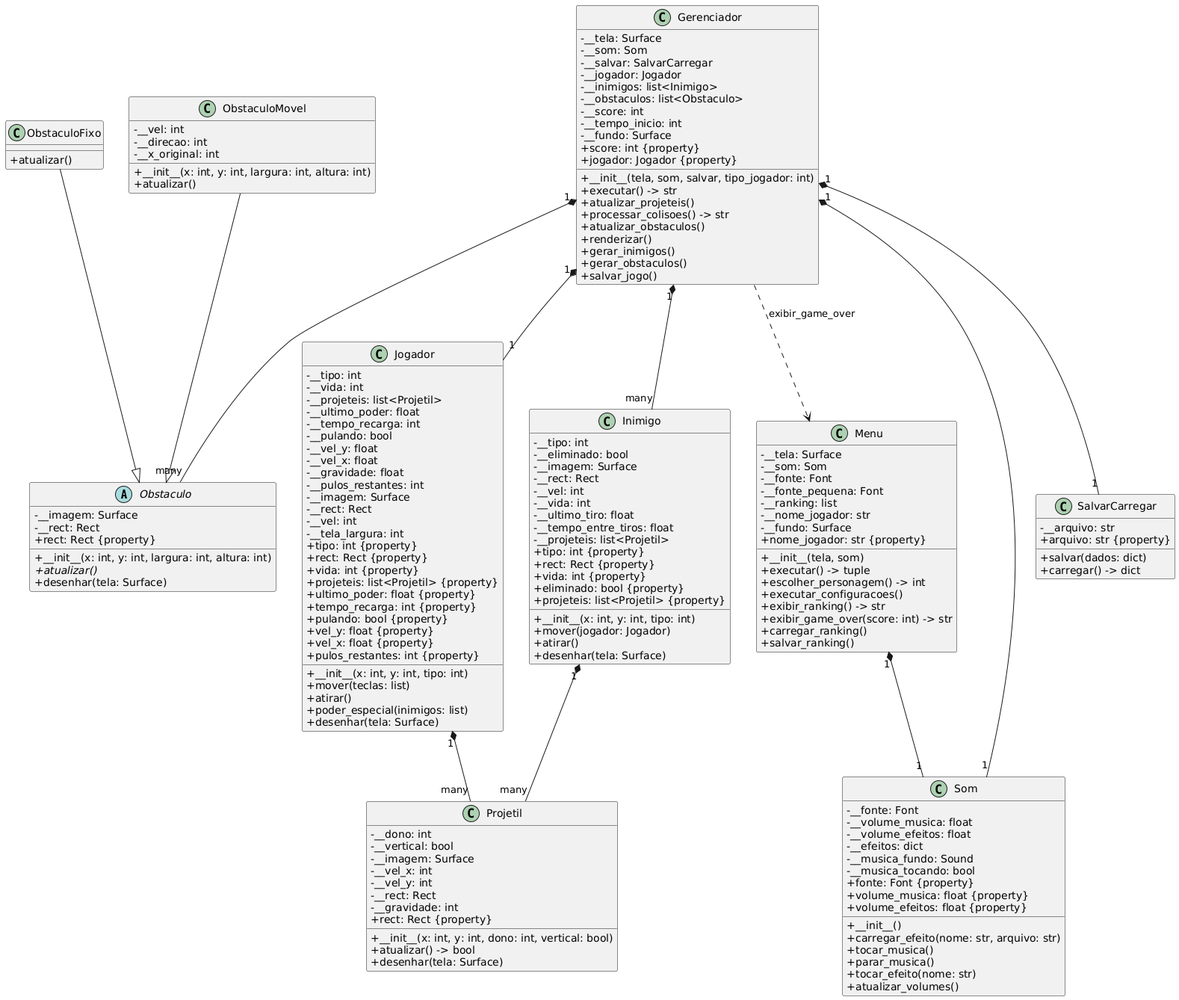
Earlier version of the PlantUML export uml.png (rexrocha/poo-game).
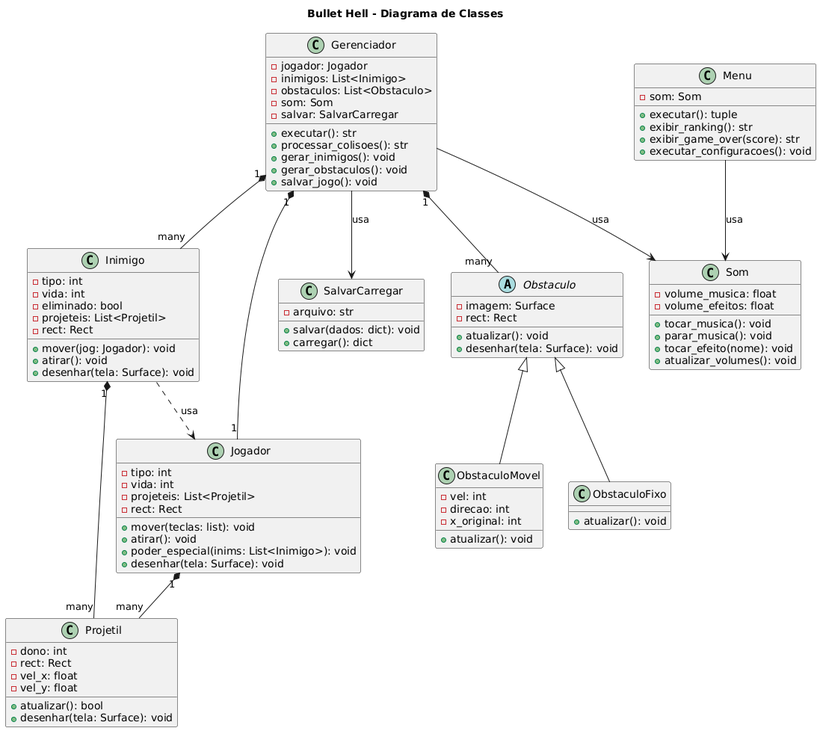
Above is the later version.

Change to the diagram source:
```diff
@@ -1,175 +1,103 @@
 @startuml
-skinparam classAttributeIconSize 0
-skinparam groupInheritance 2
+title Bullet Hell - Diagrama de Classes
 
 abstract class Obstaculo {
-    - __imagem: Surface
-    - __rect: Rect
-    + rect: Rect {property}
-    + __init__(x: int, y: int, largura: int, altura: int)
-    + atualizar() {abstract}
-    + desenhar(tela: Surface)
+  - imagem: Surface
+  - rect: Rect
+  + atualizar(): void
+  + desenhar(tela: Surface): void
 }
 
 class ObstaculoFixo {
-    + atualizar()
+  + atualizar(): void
 }
 
 class ObstaculoMovel {
-    - __vel: int
-    - __direcao: int
-    - __x_original: int
-    + __init__(x: int, y: int, largura: int, altura: int)
-    + atualizar()
+  - vel: int
+  - direcao: int
+  - x_original: int
+  + atualizar(): void
+}
+
+Obstaculo <|-- ObstaculoFixo
+Obstaculo <|-- ObstaculoMovel
+
+class Projetil {
+  - dono: int
+  - rect: Rect
+  - vel_x: float
+  - vel_y: float
+  + atualizar(): bool
+  + desenhar(tela: Surface): void
 }
 
 class Jogador {
-    - __tipo: int
-    - __vida: int
-    - __projeteis: list<Projetil>
-    - __ultimo_poder: float
-    - __tempo_recarga: int
-    - __pulando: bool
-    - __vel_y: float
-    - __vel_x: float
-    - __gravidade: float
-    - __pulos_restantes: int
-    - __imagem: Surface
-    - __rect: Rect
-    - __vel: int
-    - __tela_largura: int
-    + tipo: int {property}
-    + rect: Rect {property}
-    + vida: int {property}
-    + projeteis: list<Projetil> {property}
-    + ultimo_poder: float {property}
-    + tempo_recarga: int {property}
-    + pulando: bool {property}
-    + vel_y: float {property}
-    + vel_x: float {property}
-    + pulos_restantes: int {property}
-    + __init__(x: int, y: int, tipo: int)
-    + mover(teclas: list)
-    + atirar()
-    + poder_especial(inimigos: list)
-    + desenhar(tela: Surface)
+  - tipo: int
+  - vida: int
+  - projeteis: List<Projetil>
+  - rect: Rect
+  + mover(teclas: list): void
+  + atirar(): void
+  + poder_especial(inims: List<Inimigo>): void
+  + desenhar(tela: Surface): void
 }
 
 class Inimigo {
-    - __tipo: int
-    - __eliminado: bool
-    - __imagem: Surface
-    - __rect: Rect
-    - __vel: int
-    - __vida: int
-    - __ultimo_tiro: float
-    - __tempo_entre_tiros: float
-    - __projeteis: list<Projetil>
-    + tipo: int {property}
-    + rect: Rect {property}
-    + vida: int {property}
-    + eliminado: bool {property}
-    + projeteis: list<Projetil> {property}
-    + __init__(x: int, y: int, tipo: int)
-    + mover(jogador: Jogador)
-    + atirar()
-    + desenhar(tela: Surface)
+  - tipo: int
+  - vida: int
+  - eliminado: bool
+  - projeteis: List<Projetil>
+  - rect: Rect
+  + mover(jog: Jogador): void
+  + atirar(): void
+  + desenhar(tela: Surface): void
 }
 
-class Projetil {
-    - __dono: int
-    - __vertical: bool
-    - __imagem: Surface
-    - __vel_x: int
-    - __vel_y: int
-    - __rect: Rect
-    - __gravidade: int
-    + rect: Rect {property}
-    + __init__(x: int, y: int, dono: int, vertical: bool)
-    + atualizar() -> bool
-    + desenhar(tela: Surface)
+Jogador  "1" *-- "many" Projetil
+Inimigo  "1" *-- "many" Projetil
+Inimigo  ..>  Jogador : «usa»
+
+class Som {
+  - volume_musica: float
+  - volume_efeitos: float
+  + tocar_musica(): void
+  + parar_musica(): void
+  + tocar_efeito(nome): void
+  + atualizar_volumes(): void
+}
+
+class SalvarCarregar {
+  - arquivo: str
+  + salvar(dados: dict): void
+  + carregar(): dict
 }
 
 class Gerenciador {
-    - __tela: Surface
-    - __som: Som
-    - __salvar: SalvarCarregar
-    - __jogador: Jogador
-    - __inimigos: list<Inimigo>
-    - __obstaculos: list<Obstaculo>
-    - __score: int
-    - __tempo_inicio: int
-    - __fundo: Surface
-    + score: int {property}
-    + jogador: Jogador {property}
-    + __init__(tela, som, salvar, tipo_jogador: int)
-    + executar() -> str
-    + atualizar_projeteis()
-    + processar_colisoes() -> str
-    + atualizar_obstaculos()
-    + renderizar()
-    + gerar_inimigos()
-    + gerar_obstaculos()
-    + salvar_jogo()
+  - jogador: Jogador
+  - inimigos: List<Inimigo>
+  - obstaculos: List<Obstaculo>
+  - som: Som
+  - salvar: SalvarCarregar
+  + executar(): str
+  + processar_colisoes(): str
+  + gerar_inimigos(): void
+  + gerar_obstaculos(): void
+  + salvar_jogo(): void
 }
 
+Gerenciador "1"  *-- "1"    Jogador
+Gerenciador "1"  *-- "many" Inimigo
+Gerenciador "1"  *-- "many" Obstaculo
+Gerenciador -->            Som            : «usa»
+Gerenciador -->            SalvarCarregar : «usa»
+
 class Menu {
-    - __tela: Surface
-    - __som: Som
-    - __fonte: Font
-    - __fonte_pequena: Font
-    - __ranking: list
-    - __nome_jogador: str
-    - __fundo: Surface
-    + nome_jogador: str {property}
-    + __init__(tela, som)
-    + executar() -> tuple
-    + escolher_personagem() -> int
-    + executar_configuracoes()
-    + exibir_ranking() -> str
-    + exibir_game_over(score: int) -> str
-    + carregar_ranking()
-    + salvar_ranking()
+  - som: Som
+  + executar(): tuple
+  + exibir_ranking(): str
+  + exibir_game_over(score): str
+  + executar_configuracoes(): void
 }
 
-class Som {
-    - __fonte: Font
-    - __volume_musica: float
-    - __volume_efeitos: float
-    - __efeitos: dict
-    - __musica_fundo: Sound
-    - __musica_tocando: bool
-    + fonte: Font {property}
-    + volume_musica: float {property}
-    + volume_efeitos: float {property}
-    + __init__()
-    + carregar_efeito(nome: str, arquivo: str)
-    + tocar_musica()
-    + parar_musica()
-    + tocar_efeito(nome: str)
-    + atualizar_volumes()
-}
-
-class SalvarCarregar {
-    - __arquivo: str
-    + arquivo: str {property}
-    + salvar(dados: dict)
-    + carregar() -> dict
-}
-
-ObstaculoFixo --|> Obstaculo
-ObstaculoMovel --|> Obstaculo
-
-Gerenciador "1" *-- "1" Jogador
-Gerenciador "1" *-- "1" Som
-Gerenciador "1" *-- "1" SalvarCarregar
-Gerenciador "1" *-- "many" Inimigo
-Gerenciador "1" *-- "many" Obstaculo
-
-Menu "1" *-- "1" Som
-
-Jogador "1" *-- "many" Projetil
-Inimigo "1" *-- "many" Projetil
-
-Gerenciador ..> Menu : exibir_game_over
+Menu --> Som : «usa»
 @enduml
```
